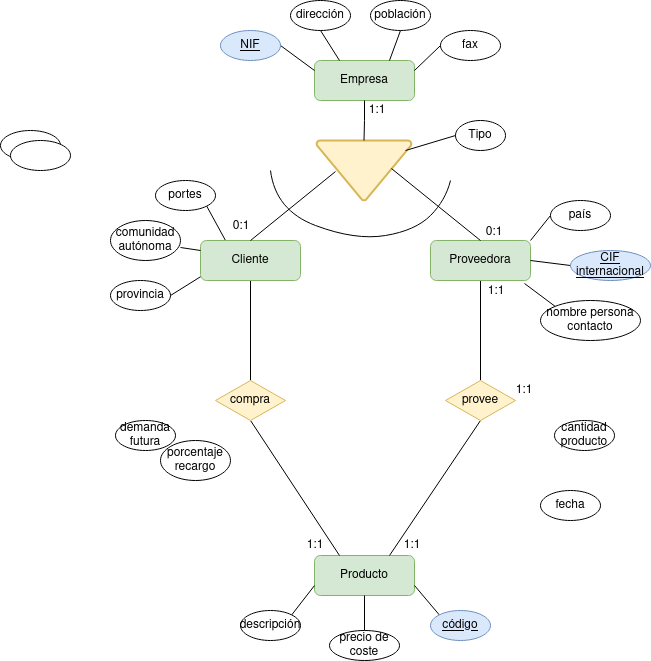
Before: Unidad-1/Tareas/Tareas-evaluables/Tarea-evaluable-4/tarea-evaluable-4.drawio.png, a diagram exported from draw.io (LuisMGlez/base-datos). Source tidied: cells renumbered, new cells last; positions are measured from the earlier drawing's top-left corner, leaving out a move shared by most shapes.
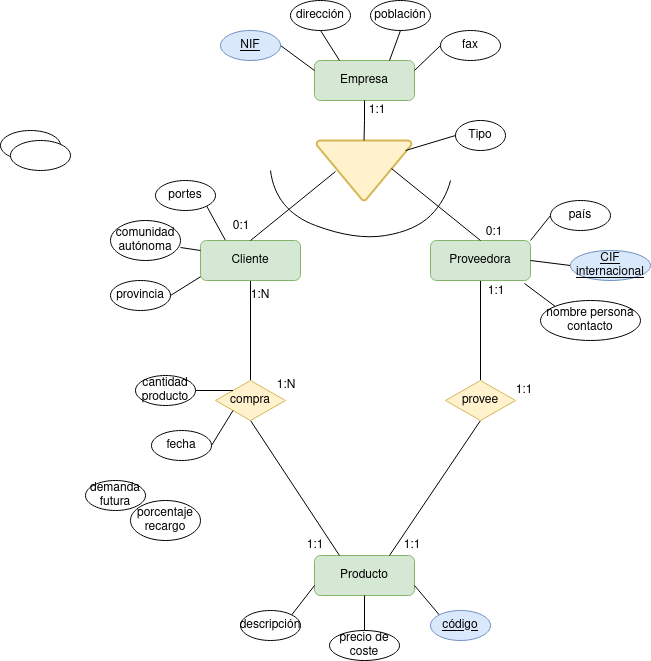
The same file after the commit.

Change to the diagram source:
```diff
@@ -158,16 +158,22 @@
       <mxGeometry x="494" y="375" width="60" height="30" as="geometry" />
     </mxCell>
     <mxCell id="50" value="porcentaje recargo" style="ellipse;whiteSpace=wrap;html=1;" parent="1" vertex="1">
-      <mxGeometry x="160" y="440" width="70" height="40" as="geometry" />
+      <mxGeometry x="130" y="500" width="70" height="40" as="geometry" />
     </mxCell>
     <mxCell id="51" value="demanda futura" style="ellipse;whiteSpace=wrap;html=1;" parent="1" vertex="1">
-      <mxGeometry x="115" y="420" width="60" height="30" as="geometry" />
+      <mxGeometry x="85" y="480" width="60" height="30" as="geometry" />
     </mxCell>
+    <mxCell id="58" style="edgeStyle=orthogonalEdgeStyle;rounded=0;jettySize=auto;html=1;exitX=1;exitY=0.5;exitDx=0;exitDy=0;entryX=0;entryY=0;entryDx=0;entryDy=0;endArrow=none;endFill=0;" parent="1" edge="1" source="52" target="18">
+      <mxGeometry relative="1" as="geometry" />
+    </mxCell>
     <mxCell id="52" value="cantidad producto" style="ellipse;whiteSpace=wrap;html=1;" parent="1" vertex="1">
-      <mxGeometry x="554" y="420" width="60" height="30" as="geometry" />
+      <mxGeometry x="135" y="375" width="60" height="30" as="geometry" />
     </mxCell>
+    <mxCell id="59" style="rounded=0;jettySize=auto;html=1;exitX=1;exitY=0.5;exitDx=0;exitDy=0;entryX=0;entryY=1;entryDx=0;entryDy=0;endArrow=none;endFill=0;" parent="1" edge="1" source="53" target="18">
+      <mxGeometry relative="1" as="geometry" />
+    </mxCell>
     <mxCell id="53" value="fecha" style="ellipse;whiteSpace=wrap;html=1;" parent="1" vertex="1">
-      <mxGeometry x="540" y="490" width="60" height="30" as="geometry" />
+      <mxGeometry x="151" y="430" width="60" height="30" as="geometry" />
     </mxCell>
     <mxCell id="54" value="1:1" style="text;strokeColor=none;align=center;fillColor=none;html=1;verticalAlign=middle;whiteSpace=wrap;rounded=0;" parent="1" vertex="1">
       <mxGeometry x="347" y="95" width="60" height="30" as="geometry" />
@@ -181,5 +187,11 @@
     <mxCell id="57" value="1:1" style="text;strokeColor=none;align=center;fillColor=none;html=1;verticalAlign=middle;whiteSpace=wrap;rounded=0;" parent="1" vertex="1">
       <mxGeometry x="285" y="530" width="60" height="30" as="geometry" />
     </mxCell>
+    <mxCell id="60" value="1:N" style="text;strokeColor=none;align=center;fillColor=none;html=1;verticalAlign=middle;whiteSpace=wrap;rounded=0;" parent="1" vertex="1">
+      <mxGeometry x="230" y="280" width="60" height="30" as="geometry" />
+    </mxCell>
+    <mxCell id="61" value="1:N" style="text;strokeColor=none;align=center;fillColor=none;html=1;verticalAlign=middle;whiteSpace=wrap;rounded=0;" parent="1" vertex="1">
+      <mxGeometry x="256" y="370" width="60" height="30" as="geometry" />
+    </mxCell>
   </root>
 </mxGraphModel>
```
